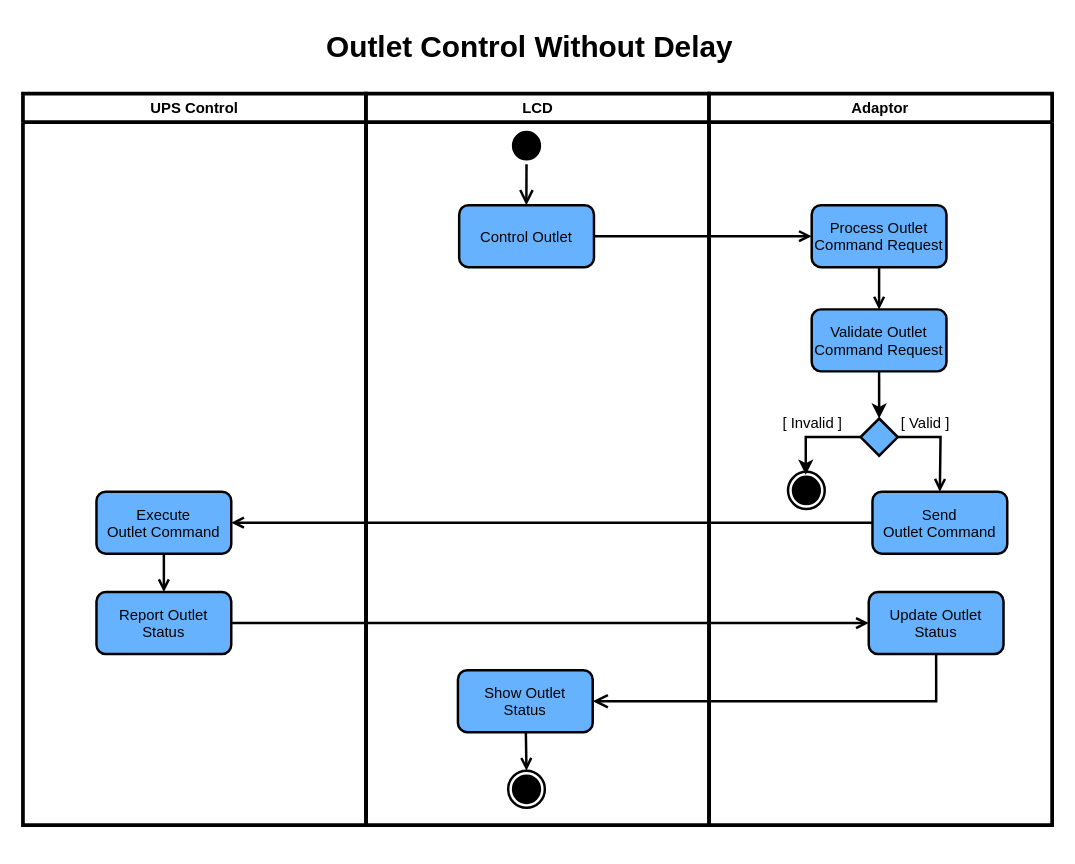
Before: page "SOG" (2 of 2) of system_blocks.drawio in maxpeng/smt_refresh_plan, a draw.io diagram. Source tidied: cells renumbered, new cells numbered last; positions are measured from the earlier drawing's top-left corner, leaving out a move shared by most shapes. Both pictures are drawn from the tidied source at 124%, with x=0, y=0 at pixel (22, 21).
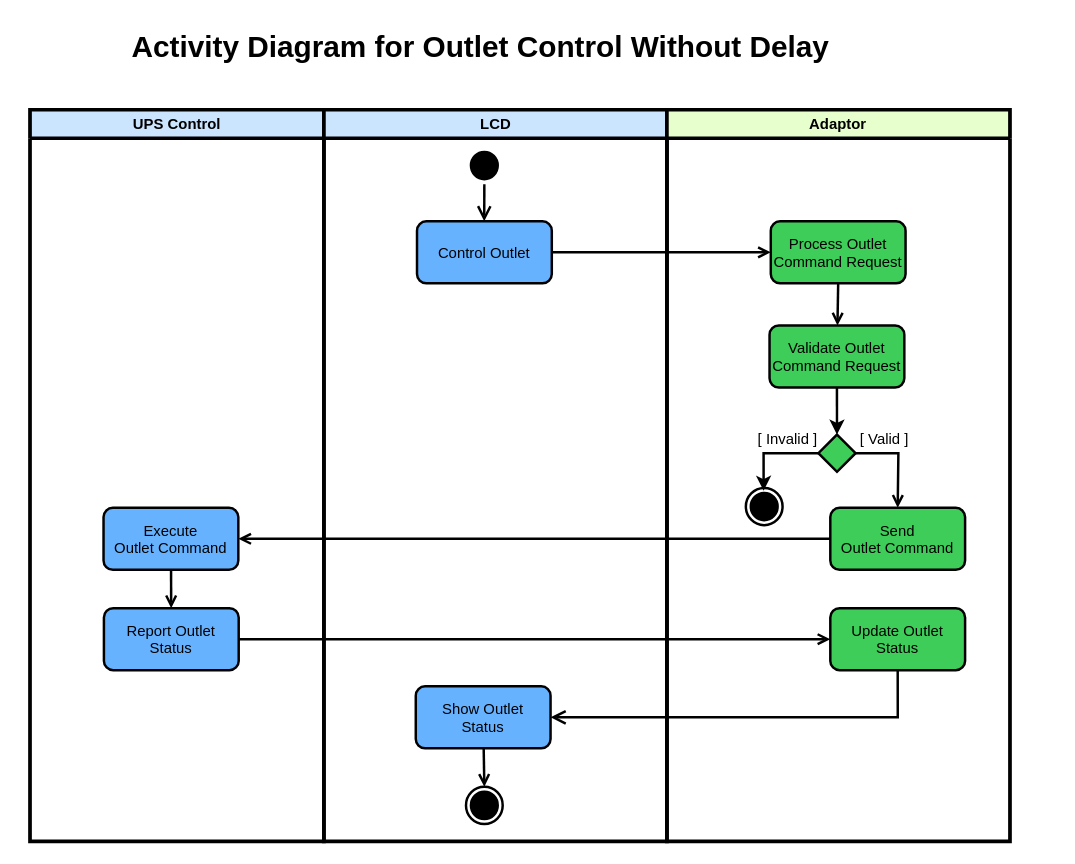
Above is the later version.

Commit message:
change the background color of SOG diagram.

What changed in the source:
```diff
@@
-    <mxCell id="2" value="&lt;h1 style=&quot;margin-top: 0px;&quot;&gt;Outlet Control Without Delay&lt;/h1&gt;" style="text;html=1;whiteSpace=wrap;overflow=hidden;rounded=0;strokeWidth=2;" parent="1" vertex="1">
-      <mxGeometry x="243" width="362" height="40" as="geometry" />
+    <mxCell id="2" value="&lt;h1 style=&quot;margin-top: 0px;&quot;&gt;Activity Diagram for Outlet Control Without Delay&amp;nbsp;&lt;/h1&gt;" style="text;html=1;whiteSpace=wrap;overflow=hidden;rounded=0;strokeWidth=2;" parent="1" vertex="1">
+      <mxGeometry x="86" width="594" height="45" as="geometry" />
     </mxCell>
-    <mxCell id="3" value="UPS Control" style="swimlane;whiteSpace=wrap;strokeWidth=3;" parent="1" vertex="1">
-      <mxGeometry y="58" width="276.7" height="590" as="geometry" />
+    <mxCell id="3" value="UPS Control" style="swimlane;whiteSpace=wrap;strokeWidth=3;swimlaneFillColor=none;fillColor=#CCE5FF;gradientColor=none;" parent="1" vertex="1">
+      <mxGeometry x="5.7" y="71" width="237" height="590" as="geometry" />
     </mxCell>
@@
-    <mxCell id="5" value="LCD" style="swimlane;whiteSpace=wrap;strokeWidth=3;" parent="1" vertex="1">
-      <mxGeometry x="276.7" y="58" width="276.7" height="590" as="geometry" />
+    <mxCell id="5" value="LCD" style="swimlane;whiteSpace=wrap;strokeWidth=3;fillColor=#CCE5FF;swimlaneFillColor=none;" parent="1" vertex="1">
+      <mxGeometry x="242.7" y="71" width="276.7" height="590" as="geometry" />
     </mxCell>
     <mxCell id="6" style="ellipse;shape=startState;fillColor=#000000;strokeColor=light-dark(#000000, #ff9090);strokeWidth=2;" parent="5" vertex="1">
-      <mxGeometry x="114.6" y="27" width="29.6" height="30" as="geometry" />
+      <mxGeometry x="114.6" y="30" width="29.6" height="30" as="geometry" />
     </mxCell>
@@
-    <mxCell id="12" value="Adaptor" style="swimlane;whiteSpace=wrap;strokeWidth=3;" parent="1" vertex="1">
-      <mxGeometry x="553.3" y="58" width="276.7" height="590" as="geometry" />
+    <mxCell id="12" value="Adaptor" style="swimlane;whiteSpace=wrap;strokeWidth=3;fillColor=light-dark(#E6FFCC,#E6FFCC);swimlaneFillColor=none;" parent="1" vertex="1">
+      <mxGeometry x="519.3" y="71" width="276.7" height="590" as="geometry" />
     </mxCell>
-    <mxCell id="13" value="Send&#10;Outlet Command" style="rounded=1;strokeWidth=2;fillColor=#66B2FF;" parent="12" vertex="1">
+    <mxCell id="13" value="Send&#10;Outlet Command" style="rounded=1;strokeWidth=2;fillColor=light-dark(#3DCD58,#436697);" parent="12" vertex="1">
       <mxGeometry x="131.8" y="321" width="108.7" height="50" as="geometry" />
     </mxCell>
@@
-    <mxCell id="16" style="rhombus;strokeWidth=2;fillColor=light-dark(#66b2ff, #436697);" parent="12" vertex="1">
+    <mxCell id="16" style="rhombus;strokeWidth=2;fillColor=light-dark(#3DCD58,#436697);" parent="12" vertex="1">
       <mxGeometry x="122.2" y="262" width="30" height="30" as="geometry" />
     </mxCell>
@@
     <mxCell id="22" value="Report Outlet&#10;Status" style="rounded=1;strokeWidth=2;fillColor=#66B2FF;" parent="1" vertex="1">
-      <mxGeometry x="59.3" y="460" width="108.7" height="50" as="geometry" />
+      <mxGeometry x="65.3" y="473" width="108.7" height="50" as="geometry" />
     </mxCell>
@@
-    <mxCell id="24" value="Process Outlet&#10;Command Request" style="rounded=1;strokeWidth=2;fillColor=#66B2FF;" parent="1" vertex="1">
-      <mxGeometry x="636.1" y="148" width="108.7" height="50" as="geometry" />
+    <mxCell id="24" value="Process Outlet&#10;Command Request" style="rounded=1;strokeWidth=2;fillColor=#3DCD58;" parent="1" vertex="1">
+      <mxGeometry x="603.1" y="161" width="108.7" height="50" as="geometry" />
     </mxCell>
@@
-    <mxCell id="26" value="Validate Outlet&#10;Command Request" style="rounded=1;strokeWidth=2;fillColor=#66B2FF;" parent="1" vertex="1">
-      <mxGeometry x="636.1" y="232" width="108.7" height="50" as="geometry" />
+    <mxCell id="26" value="Validate Outlet&#10;Command Request" style="rounded=1;strokeWidth=2;fillColor=#3DCD58;" parent="1" vertex="1">
+      <mxGeometry x="602.1" y="245" width="108.7" height="50" as="geometry" />
     </mxCell>
@@
-    <mxCell id="28" value="Update Outlet&#10;Status" style="rounded=1;strokeWidth=2;fillColor=#66B2FF;" parent="1" vertex="1">
-      <mxGeometry x="682.1" y="460" width="108.7" height="50" as="geometry" />
+    <mxCell id="28" value="Update Outlet&#10;Status" style="rounded=1;strokeWidth=2;fillColor=light-dark(#3DCD58,#436697);" parent="1" vertex="1">
+      <mxGeometry x="651.1" y="473" width="108.7" height="50" as="geometry" />
     </mxCell>
     <mxCell id="29" value="[ Invalid ]" style="text;whiteSpace=wrap;strokeColor=none;fillColor=none;align=center;verticalAlign=middle;rounded=0;fontStyle=0;" parent="1" vertex="1">
-      <mxGeometry x="607" y="309" width="60" height="30" as="geometry" />
+      <mxGeometry x="587" y="322" width="60" height="30" as="geometry" />
     </mxCell>
     <mxCell id="30" value="[ Valid ]" style="text;whiteSpace=wrap;strokeColor=none;fillColor=none;align=center;verticalAlign=middle;rounded=0;fontStyle=0;" parent="1" vertex="1">
-      <mxGeometry x="698" y="309" width="60" height="30" as="geometry" />
+      <mxGeometry x="665" y="322" width="60" height="30" as="geometry" />
     </mxCell>
```
